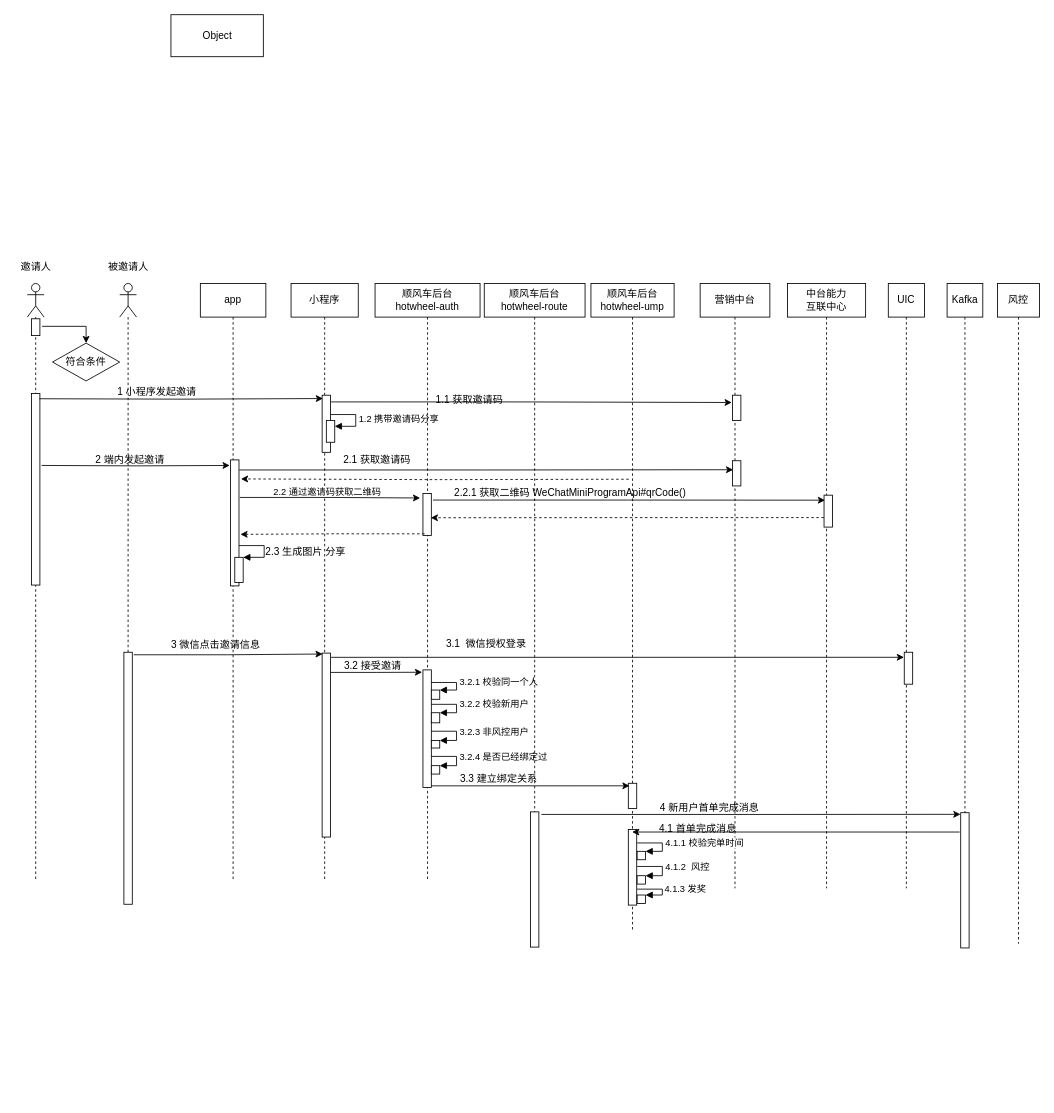
Above: page "乘客拉新活动邀请2.11" (15 of 16) of Untitled Diagram.drawio in liufuchen88/test2 (draw.io), before the change. Source tidied: cells renumbered, new cells numbered last; positions are measured from the earlier drawing's top-left corner, leaving out a move shared by most shapes. Both pictures are drawn from the tidied source at 84%, with x=0, y=0 at pixel (14, 14).
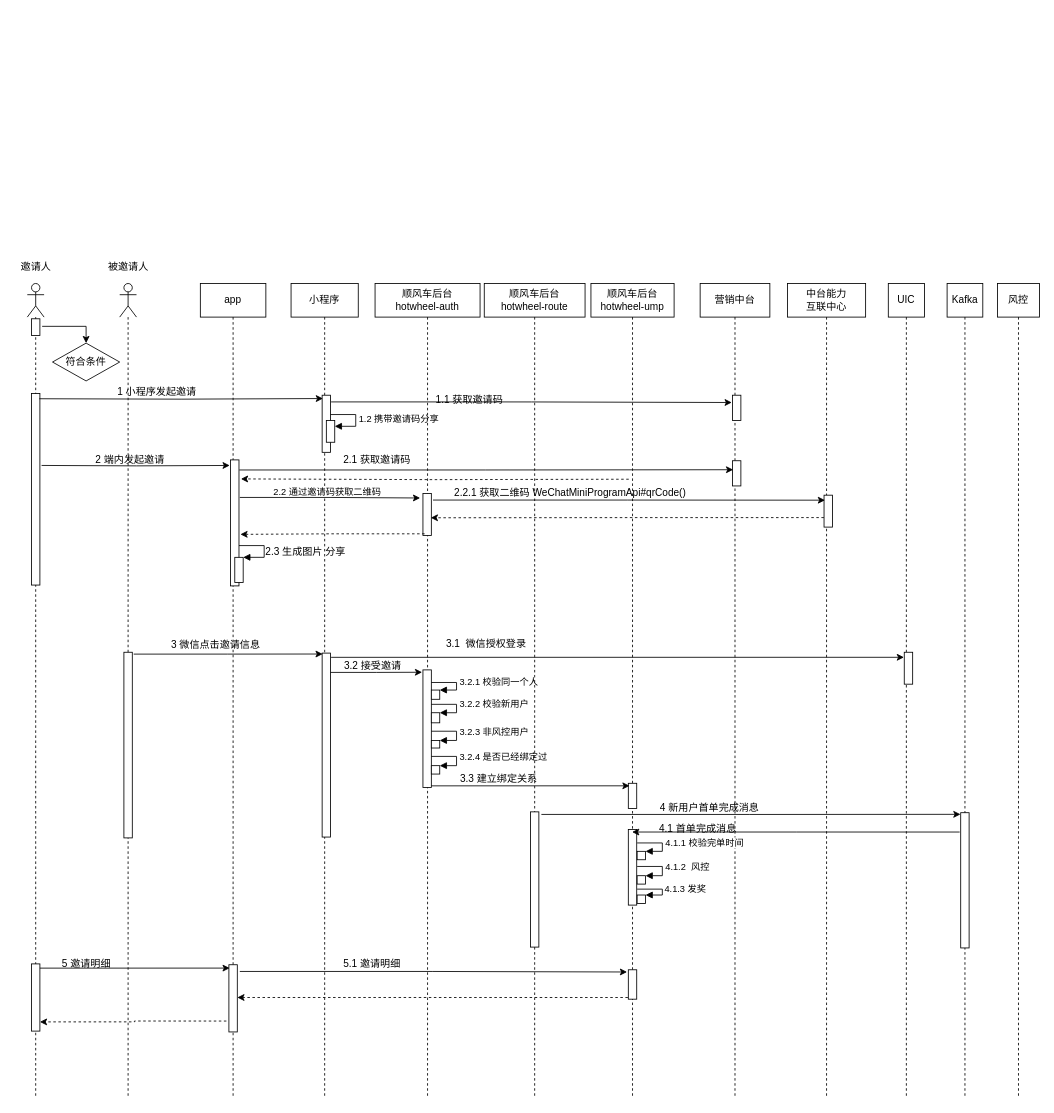
After the change.

Change to the diagram source:
```diff
@@
     <mxCell id="2" style="shape=umlLifeline;participant=umlActor;perimeter=lifelinePerimeter;whiteSpace=wrap;html=1;verticalAlign=top;spacingTop=36;" parent="1" vertex="1">
-      <mxGeometry x="15" y="320" width="20" height="710" as="geometry" />
+      <mxGeometry x="15" y="320" width="20" height="970" as="geometry" />
     </mxCell>
@@
+    <mxCell id="81" style="html=1;points=[];perimeter=orthogonalPerimeter;" parent="2" vertex="1">
+      <mxGeometry x="5" y="810" width="10" height="80" as="geometry" />
+    </mxCell>
@@
     <mxCell id="6" style="shape=umlLifeline;participant=umlActor;perimeter=lifelinePerimeter;whiteSpace=wrap;html=1;verticalAlign=top;spacingTop=36;" parent="1" vertex="1">
-      <mxGeometry x="125" y="320" width="20" height="710" as="geometry" />
+      <mxGeometry x="125" y="320" width="20" height="970" as="geometry" />
     </mxCell>
     <mxCell id="7" style="html=1;points=[];perimeter=orthogonalPerimeter;" parent="6" vertex="1">
-      <mxGeometry x="5" y="439" width="10" height="300" as="geometry" />
+      <mxGeometry x="5" y="439" width="10" height="221" as="geometry" />
     </mxCell>
@@
     <mxCell id="9" value="app" style="shape=umlLifeline;perimeter=lifelinePerimeter;whiteSpace=wrap;html=1;" parent="1" vertex="1">
-      <mxGeometry x="221" y="320" width="78" height="710" as="geometry" />
+      <mxGeometry x="221" y="320" width="78" height="970" as="geometry" />
     </mxCell>
@@
+    <mxCell id="82" style="html=1;points=[];perimeter=orthogonalPerimeter;" parent="9" vertex="1">
+      <mxGeometry x="34" y="811" width="10" height="80" as="geometry" />
+    </mxCell>
     <mxCell id="13" value="小程序" style="shape=umlLifeline;perimeter=lifelinePerimeter;whiteSpace=wrap;html=1;" parent="1" vertex="1">
-      <mxGeometry x="329" y="320" width="80" height="710" as="geometry" />
+      <mxGeometry x="329" y="320" width="80" height="970" as="geometry" />
     </mxCell>
@@
     <mxCell id="19" value="顺风车后台&lt;br&gt;hotwheel-auth" style="shape=umlLifeline;perimeter=lifelinePerimeter;whiteSpace=wrap;html=1;" parent="1" vertex="1">
-      <mxGeometry x="429" y="320" width="125" height="710" as="geometry" />
+      <mxGeometry x="429" y="320" width="125" height="970" as="geometry" />
     </mxCell>
@@
     <mxCell id="30" value="顺风车后台&lt;br&gt;hotwheel-route" style="shape=umlLifeline;perimeter=lifelinePerimeter;whiteSpace=wrap;html=1;" parent="1" vertex="1">
-      <mxGeometry x="559" y="320" width="120" height="790" as="geometry" />
+      <mxGeometry x="559" y="320" width="120" height="970" as="geometry" />
     </mxCell>
@@
     <mxCell id="32" value="营销中台" style="shape=umlLifeline;perimeter=lifelinePerimeter;whiteSpace=wrap;html=1;" parent="1" vertex="1">
-      <mxGeometry x="816" y="320" width="83" height="720" as="geometry" />
+      <mxGeometry x="816" y="320" width="83" height="970" as="geometry" />
     </mxCell>
@@
     <mxCell id="35" value="中台能力&lt;br&gt;互联中心" style="shape=umlLifeline;perimeter=lifelinePerimeter;whiteSpace=wrap;html=1;" parent="1" vertex="1">
-      <mxGeometry x="920" y="320" width="93" height="720" as="geometry" />
+      <mxGeometry x="920" y="320" width="93" height="970" as="geometry" />
     </mxCell>
@@
     <mxCell id="37" value="UIC" style="shape=umlLifeline;perimeter=lifelinePerimeter;whiteSpace=wrap;html=1;" parent="1" vertex="1">
-      <mxGeometry x="1040" y="320" width="43" height="720" as="geometry" />
+      <mxGeometry x="1040" y="320" width="43" height="970" as="geometry" />
     </mxCell>
@@
     <mxCell id="39" value="Kafka" style="shape=umlLifeline;perimeter=lifelinePerimeter;whiteSpace=wrap;html=1;" parent="1" vertex="1">
-      <mxGeometry x="1110" y="320" width="42.5" height="786" as="geometry" />
+      <mxGeometry x="1110" y="320" width="42.5" height="970" as="geometry" />
     </mxCell>
@@
     <mxCell id="41" value="风控" style="shape=umlLifeline;perimeter=lifelinePerimeter;whiteSpace=wrap;html=1;" parent="1" vertex="1">
-      <mxGeometry x="1170" y="320" width="50" height="786" as="geometry" />
+      <mxGeometry x="1170" y="320" width="50" height="970" as="geometry" />
     </mxCell>
@@
-    <mxCell id="61" value="Object" style="html=1;" parent="1" vertex="1">
-      <mxGeometry x="186" width="110" height="50" as="geometry" />
-    </mxCell>
@@
     <mxCell id="66" value="顺风车后台&lt;br&gt;hotwheel-ump" style="shape=umlLifeline;perimeter=lifelinePerimeter;whiteSpace=wrap;html=1;" parent="1" vertex="1">
-      <mxGeometry x="686" y="320" width="99" height="770" as="geometry" />
+      <mxGeometry x="686" y="320" width="99" height="970" as="geometry" />
     </mxCell>
@@
+    <mxCell id="83" style="html=1;points=[];perimeter=orthogonalPerimeter;" parent="66" vertex="1">
+      <mxGeometry x="44.5" y="817" width="10" height="35" as="geometry" />
+    </mxCell>
@@
+    <mxCell id="84" style="edgeStyle=orthogonalEdgeStyle;rounded=0;jettySize=auto;html=1;entryX=0.1;entryY=0.05;entryDx=0;entryDy=0;entryPerimeter=0;exitX=1;exitY=0.063;exitDx=0;exitDy=0;exitPerimeter=0;" parent="1" edge="1" source="81" target="82">
+      <mxGeometry relative="1" as="geometry" />
+    </mxCell>
+    <mxCell id="85" style="edgeStyle=orthogonalEdgeStyle;rounded=0;jettySize=auto;html=1;entryX=-0.15;entryY=0.075;entryDx=0;entryDy=0;entryPerimeter=0;exitX=1.3;exitY=0.1;exitDx=0;exitDy=0;exitPerimeter=0;" parent="1" edge="1" source="82" target="83">
+      <mxGeometry relative="1" as="geometry" />
+    </mxCell>
+    <mxCell id="86" style="edgeStyle=orthogonalEdgeStyle;rounded=0;jettySize=auto;html=1;exitX=-0.05;exitY=0.943;exitDx=0;exitDy=0;exitPerimeter=0;dashed=1;" parent="1" edge="1" source="83">
+      <mxGeometry relative="1" as="geometry">
+        <mxPoint x="265" y="1170" as="targetPoint" />
+      </mxGeometry>
+    </mxCell>
+    <mxCell id="87" value="5 邀请明细" style="text;html=1;align=center;verticalAlign=middle;strokeColor=none;fillColor=none;" parent="1" vertex="1">
+      <mxGeometry x="50" y="1120" width="70" height="20" as="geometry" />
+    </mxCell>
+    <mxCell id="88" style="edgeStyle=orthogonalEdgeStyle;rounded=0;jettySize=auto;html=1;entryX=1;entryY=0.863;entryDx=0;entryDy=0;entryPerimeter=0;dashed=1;exitX=-0.3;exitY=0.838;exitDx=0;exitDy=0;exitPerimeter=0;" parent="1" edge="1" source="82" target="81">
+      <mxGeometry relative="1" as="geometry" />
+    </mxCell>
+    <mxCell id="89" value="5.1 邀请明细" style="text;html=1;align=center;verticalAlign=middle;strokeColor=none;fillColor=none;" parent="1" vertex="1">
+      <mxGeometry x="385" y="1120" width="80" height="20" as="geometry" />
+    </mxCell>
```
